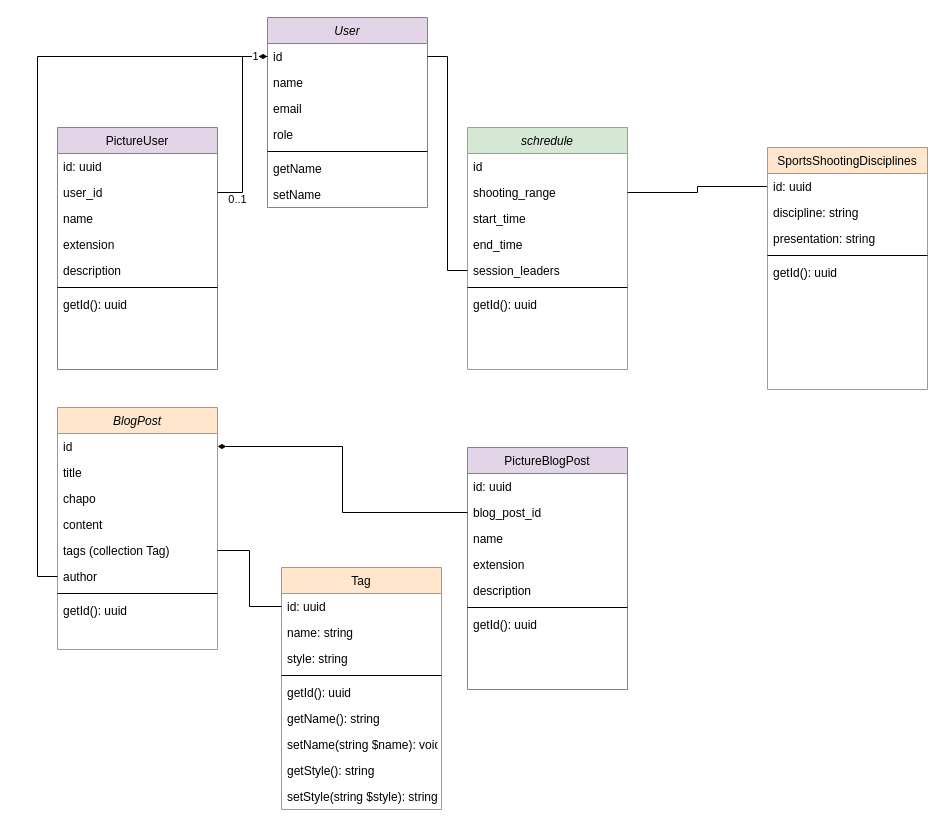
The draw.io diagram Diagramme sans nom.drawio in michaelgtfr/fftir_loudun_api, before the edit. Source tidied: cells renumbered, new cells numbered last; positions are measured from the earlier drawing's top-left corner, leaving out a move shared by most shapes. Both pictures are drawn from the tidied source at 100%, with x=0, y=0 at pixel (57, 17).
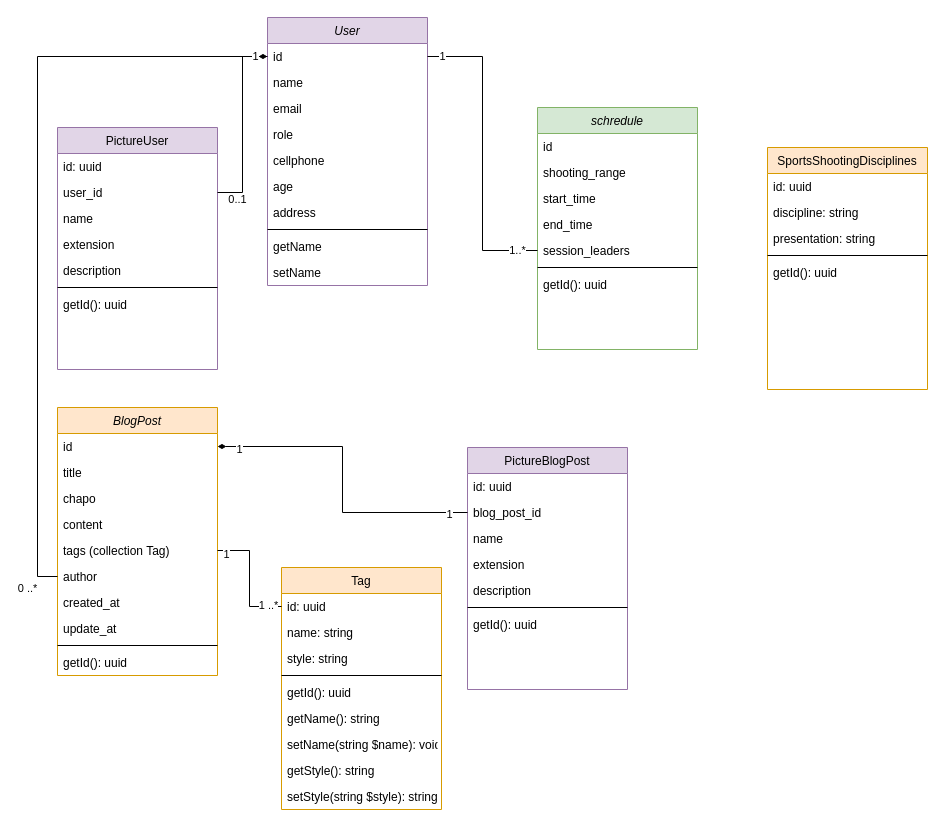
The same page after the edit.

Commit message:
Mettre à jour Diagramme sans nom.drawio

Unchanged cells that the change refers to:
```xml
<mxCell id="31" value="shooting_range" style="text;align=left;verticalAlign=top;spacingLeft=4;spacingRight=4;overflow=hidden;points=[[0,0.5],[1,0.5]];portConstraint=eastwest;" parent="29" vertex="1">
  <mxGeometry y="52" width="160" height="26" as="geometry" />
</mxCell>
<mxCell id="37" style="edgeStyle=orthogonalEdgeStyle;rounded=0;jettySize=auto;html=1;endArrow=none;endFill=0;" parent="1" edge="1" source="3" target="34">
  <mxGeometry relative="1" as="geometry" />
</mxCell>
<mxCell id="38" style="edgeStyle=orthogonalEdgeStyle;rounded=0;jettySize=auto;html=1;entryX=0;entryY=0.5;entryDx=0;entryDy=0;endArrow=none;endFill=0;" parent="1" edge="1" source="3" target="26">
  <mxGeometry relative="1" as="geometry" />
</mxCell>
<mxCell id="39" style="edgeStyle=orthogonalEdgeStyle;rounded=0;jettySize=auto;html=1;entryX=0;entryY=0.5;entryDx=0;entryDy=0;endArrow=none;endFill=0;" parent="1" edge="1" source="25" target="11">
  <mxGeometry relative="1" as="geometry" />
</mxCell>
<mxCell id="60" style="edgeStyle=orthogonalEdgeStyle;rounded=0;jettySize=auto;html=1;entryX=0;entryY=0.5;entryDx=0;entryDy=0;startArrow=diamondThin;startFill=1;endArrow=none;endFill=0;" parent="1" edge="1" source="21" target="54">
  <mxGeometry relative="1" as="geometry" />
</mxCell>
<mxCell id="62" value="id: uuid" style="text;align=left;verticalAlign=top;spacingLeft=4;spacingRight=4;overflow=hidden;points=[[0,0.5],[1,0.5]];portConstraint=eastwest;" parent="61" vertex="1">
  <mxGeometry y="26" width="160" height="26" as="geometry" />
</mxCell>
```

The edit, as a diff of the source:
```diff
@@
     <mxCell id="2" value="User" style="swimlane;fontStyle=2;align=center;verticalAlign=top;horizontal=1;startSize=26;rounded=0;shadow=0;strokeWidth=1;fillColor=#e1d5e7;strokeColor=#9673a6;" parent="1" vertex="1">
-      <mxGeometry x="210" width="160" height="190" as="geometry" />
+      <mxGeometry x="210" width="160" height="268" as="geometry" />
     </mxCell>
@@
+    <mxCell id="67" value="cellphone" style="text;align=left;verticalAlign=top;spacingLeft=4;spacingRight=4;overflow=hidden;rounded=0;shadow=0;html=0;" parent="2" vertex="1">
+      <mxGeometry y="130" width="160" height="26" as="geometry" />
+    </mxCell>
+    <mxCell id="68" value="age" style="text;align=left;verticalAlign=top;spacingLeft=4;spacingRight=4;overflow=hidden;rounded=0;shadow=0;html=0;" parent="2" vertex="1">
+      <mxGeometry y="156" width="160" height="26" as="geometry" />
+    </mxCell>
+    <mxCell id="69" value="address" style="text;align=left;verticalAlign=top;spacingLeft=4;spacingRight=4;overflow=hidden;rounded=0;shadow=0;html=0;" parent="2" vertex="1">
+      <mxGeometry y="182" width="160" height="26" as="geometry" />
+    </mxCell>
     <mxCell id="7" style="line;html=1;strokeWidth=1;align=left;verticalAlign=middle;spacingTop=-1;spacingLeft=3;spacingRight=3;labelPosition=right;" parent="2" vertex="1">
-      <mxGeometry y="130" width="160" height="8" as="geometry" />
+      <mxGeometry y="208" width="160" height="8" as="geometry" />
     </mxCell>
     <mxCell id="8" value="getName" style="text;align=left;verticalAlign=top;spacingLeft=4;spacingRight=4;overflow=hidden;" parent="2" vertex="1">
-      <mxGeometry y="138" width="160" height="26" as="geometry" />
+      <mxGeometry y="216" width="160" height="26" as="geometry" />
     </mxCell>
     <mxCell id="9" value="setName" style="text;align=left;verticalAlign=top;spacingLeft=4;spacingRight=4;overflow=hidden;" parent="2" vertex="1">
-      <mxGeometry y="164" width="160" height="26" as="geometry" />
+      <mxGeometry y="242" width="160" height="26" as="geometry" />
     </mxCell>
@@
     <mxCell id="20" value="BlogPost" style="swimlane;fontStyle=2;align=center;verticalAlign=top;horizontal=1;startSize=26;rounded=0;shadow=0;strokeWidth=1;fillColor=#ffe6cc;strokeColor=#d79b00;" parent="1" vertex="1">
-      <mxGeometry y="390" width="160" height="242" as="geometry" />
+      <mxGeometry y="390" width="160" height="268" as="geometry" />
     </mxCell>
@@
+    <mxCell id="70" value="created_at" style="text;align=left;verticalAlign=top;spacingLeft=4;spacingRight=4;overflow=hidden;rounded=0;shadow=0;html=0;" parent="20" vertex="1">
+      <mxGeometry y="182" width="160" height="26" as="geometry" />
+    </mxCell>
+    <mxCell id="71" value="update_at" style="text;align=left;verticalAlign=top;spacingLeft=4;spacingRight=4;overflow=hidden;rounded=0;shadow=0;html=0;" parent="20" vertex="1">
+      <mxGeometry y="208" width="160" height="26" as="geometry" />
+    </mxCell>
     <mxCell id="27" style="line;html=1;strokeWidth=1;align=left;verticalAlign=middle;spacingTop=-1;spacingLeft=3;spacingRight=3;labelPosition=right;" parent="20" vertex="1">
-      <mxGeometry y="182" width="160" height="8" as="geometry" />
+      <mxGeometry y="234" width="160" height="8" as="geometry" />
     </mxCell>
     <mxCell id="28" value="getId(): uuid" style="text;align=left;verticalAlign=top;spacingLeft=4;spacingRight=4;overflow=hidden;" parent="20" vertex="1">
-      <mxGeometry y="190" width="160" height="26" as="geometry" />
+      <mxGeometry y="242" width="160" height="26" as="geometry" />
     </mxCell>
     <mxCell id="29" value="schredule" style="swimlane;fontStyle=2;align=center;verticalAlign=top;horizontal=1;startSize=26;rounded=0;shadow=0;strokeWidth=1;fillColor=#d5e8d4;strokeColor=#82b366;" parent="1" vertex="1">
-      <mxGeometry x="410" y="110" width="160" height="242" as="geometry" />
+      <mxGeometry x="480" y="90" width="160" height="242" as="geometry" />
     </mxCell>
@@
+    <mxCell id="72" value="1" style="edgeLabel;html=1;align=center;verticalAlign=middle;" parent="37" vertex="1">
+      <mxGeometry x="-0.91" y="1" relative="1" as="geometry" />
+    </mxCell>
+    <mxCell id="73" value="1..*" style="edgeLabel;html=1;align=center;verticalAlign=middle;" parent="37" vertex="1">
+      <mxGeometry x="0.86" y="1" relative="1" as="geometry" />
+    </mxCell>
@@
+    <mxCell id="74" value="&lt;div&gt;0 ..*&lt;/div&gt;" style="edgeLabel;html=1;align=center;verticalAlign=middle;" parent="38" vertex="1">
+      <mxGeometry x="0.97" y="3" relative="1" as="geometry">
+        <mxPoint x="-19" y="14" as="offset" />
+      </mxGeometry>
+    </mxCell>
@@
-    <mxCell id="40" style="edgeStyle=orthogonalEdgeStyle;rounded=0;jettySize=auto;html=1;entryX=0;entryY=0.5;entryDx=0;entryDy=0;endArrow=none;endFill=0;" parent="1" edge="1" source="31" target="62">
-      <mxGeometry relative="1" as="geometry" />
-    </mxCell>
+    <mxCell id="75" value="1" style="edgeLabel;html=1;align=center;verticalAlign=middle;" parent="39" vertex="1">
+      <mxGeometry x="-0.87" y="-3" relative="1" as="geometry" />
+    </mxCell>
+    <mxCell id="76" value="1 ..*" style="edgeLabel;html=1;align=center;verticalAlign=middle;" parent="39" vertex="1">
+      <mxGeometry x="0.77" y="2" relative="1" as="geometry" />
+    </mxCell>
@@
+    <mxCell id="77" value="1" style="edgeLabel;html=1;align=center;verticalAlign=middle;" parent="60" vertex="1">
+      <mxGeometry x="0.88" y="-1" relative="1" as="geometry" />
+    </mxCell>
+    <mxCell id="78" value="1" style="edgeLabel;html=1;align=center;verticalAlign=middle;" parent="60" vertex="1">
+      <mxGeometry x="-0.87" y="-2" relative="1" as="geometry" />
+    </mxCell>
```
